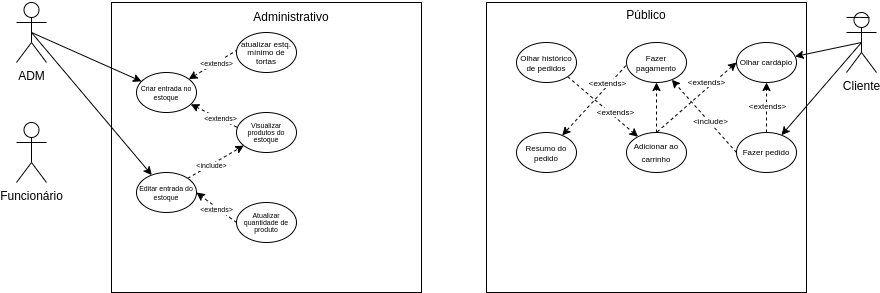
This is UC_d.drawio.png from FreelyTian/docs, a draw.io export, as it was before one commit. Source tidied: cells renumbered, new cells last; positions are measured from the earlier drawing's top-left corner, leaving out a move shared by most shapes.
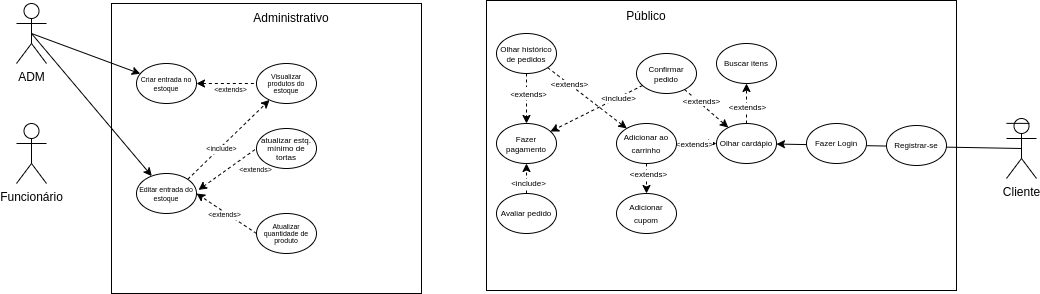
Above is the later version.

Commit message:
agora parece um diagrama de vdd

What changed in the source:
```diff
@@ -3,7 +3,7 @@
     <mxCell id="0" />
     <mxCell id="1" parent="0" />
     <mxCell id="2" style="rounded=0;whiteSpace=wrap;html=1;" parent="1" vertex="1">
-      <mxGeometry x="470" y="2" width="320" height="290" as="geometry" />
+      <mxGeometry x="470" y="-1" width="470" height="290" as="geometry" />
     </mxCell>
     <mxCell id="3" style="rounded=0;whiteSpace=wrap;html=1;" parent="1" vertex="1">
       <mxGeometry x="95" y="2" width="310" height="290" as="geometry" />
@@ -23,102 +23,111 @@
     <mxCell id="8" style="edgeStyle=none;rounded=0;jettySize=auto;html=1;exitX=0.5;exitY=0.5;exitDx=0;exitDy=0;exitPerimeter=0;fontSize=8;startArrow=none;startFill=0;endArrow=classic;endFill=1;" parent="1" edge="1" source="10" target="21">
       <mxGeometry relative="1" as="geometry" />
     </mxCell>
-    <mxCell id="9" style="edgeStyle=none;rounded=0;jettySize=auto;html=1;exitX=0.5;exitY=0.5;exitDx=0;exitDy=0;exitPerimeter=0;fontSize=8;startArrow=none;startFill=0;endArrow=classic;endFill=1;" parent="1" edge="1" source="10" target="26">
-      <mxGeometry relative="1" as="geometry" />
-    </mxCell>
     <mxCell id="10" value="Cliente&lt;br&gt;" style="shape=umlActor;verticalLabelPosition=bottom;verticalAlign=top;html=1;outlineConnect=0;" parent="1" vertex="1">
-      <mxGeometry x="830" y="12" width="30" height="60" as="geometry" />
+      <mxGeometry x="990" y="117" width="30" height="60" as="geometry" />
     </mxCell>
     <mxCell id="11" value="Administrativo" style="text;html=1;strokeColor=none;fillColor=none;align=center;verticalAlign=middle;whiteSpace=wrap;rounded=0;" parent="1" vertex="1">
       <mxGeometry x="245" y="2" width="60" height="30" as="geometry" />
     </mxCell>
-    <mxCell id="12" style="edgeStyle=none;rounded=0;jettySize=auto;html=1;dashed=1;fontSize=9;entryX=0.01;entryY=0.37;entryDx=0;entryDy=0;entryPerimeter=0;startArrow=classic;startFill=1;endArrow=none;endFill=0;" parent="1" edge="1" source="16" target="17">
-      <mxGeometry relative="1" as="geometry" />
+    <mxCell id="12" style="edgeStyle=none;rounded=0;jettySize=auto;html=1;dashed=1;fontSize=9;startArrow=classic;startFill=1;endArrow=none;endFill=0;" parent="1" edge="1" source="16">
+      <mxGeometry relative="1" as="geometry">
+        <mxPoint x="240" y="82" as="targetPoint" />
+      </mxGeometry>
     </mxCell>
     <mxCell id="13" value="&lt;font style=&quot;font-size: 7px;&quot;&gt;&amp;lt;extends&amp;gt;&lt;/font&gt;" style="edgeLabel;html=1;align=center;verticalAlign=middle;fontSize=9;" parent="12" vertex="1">
       <mxGeometry x="-0.28" relative="1" as="geometry">
         <mxPoint x="12" y="5" as="offset" />
       </mxGeometry>
     </mxCell>
-    <mxCell id="14" style="rounded=0;jettySize=auto;html=1;fontSize=9;dashed=1;startArrow=classic;startFill=1;endArrow=none;endFill=0;entryX=0.5;entryY=0;entryDx=0;entryDy=0;" parent="1" edge="1" source="16" target="18">
+    <mxCell id="14" style="rounded=0;jettySize=auto;html=1;fontSize=9;dashed=1;startArrow=classic;startFill=1;endArrow=none;endFill=0;entryX=0;entryY=0.5;entryDx=0;entryDy=0;exitX=1.033;exitY=0.411;exitDx=0;exitDy=0;exitPerimeter=0;" parent="1" edge="1" source="39" target="18">
       <mxGeometry relative="1" as="geometry" />
     </mxCell>
     <mxCell id="15" value="&lt;font style=&quot;font-size: 7px;&quot;&gt;&amp;lt;extends&amp;gt;&lt;/font&gt;" style="edgeLabel;html=1;align=center;verticalAlign=middle;fontSize=9;" parent="14" vertex="1">
       <mxGeometry x="-0.28" y="1" relative="1" as="geometry">
-        <mxPoint x="-1" y="2" as="offset" />
+        <mxPoint x="36" y="-5" as="offset" />
       </mxGeometry>
     </mxCell>
     <mxCell id="16" value="&lt;p style=&quot;line-height: 55%;&quot;&gt;&lt;font style=&quot;font-size: 7px;&quot;&gt;Criar entrada no estoque&lt;/font&gt;&lt;/p&gt;" style="ellipse;whiteSpace=wrap;html=1;" parent="1" vertex="1">
-      <mxGeometry x="120" y="72" width="60" height="40" as="geometry" />
+      <mxGeometry x="120" y="62" width="60" height="40" as="geometry" />
     </mxCell>
     <mxCell id="17" value="&lt;p style=&quot;line-height: 40%;&quot;&gt;&lt;font style=&quot;font-size: 7px;&quot;&gt;Visualizar produtos do estoque&lt;/font&gt;&lt;/p&gt;" style="ellipse;whiteSpace=wrap;html=1;" parent="1" vertex="1">
-      <mxGeometry x="220" y="112" width="60" height="40" as="geometry" />
+      <mxGeometry x="240" y="62" width="60" height="40" as="geometry" />
     </mxCell>
     <mxCell id="18" value="&lt;p style=&quot;line-height: 60%;&quot;&gt;&lt;span style=&quot;font-size: 8px;&quot;&gt;atualizar estq. mínimo de tortas&lt;/span&gt;&lt;/p&gt;" style="ellipse;whiteSpace=wrap;html=1;" parent="1" vertex="1">
-      <mxGeometry x="220" y="32" width="60" height="40" as="geometry" />
+      <mxGeometry x="240" y="127" width="60" height="40" as="geometry" />
     </mxCell>
-    <mxCell id="19" style="rounded=0;jettySize=auto;html=1;exitX=0;exitY=0.5;exitDx=0;exitDy=0;entryX=0.5;entryY=0;entryDx=0;entryDy=0;dashed=1;fontSize=8;endArrow=none;endFill=0;startArrow=classic;startFill=1;" parent="1" edge="1" source="21" target="33">
+    <mxCell id="19" style="rounded=0;jettySize=auto;html=1;exitX=0;exitY=0.5;exitDx=0;exitDy=0;entryX=1;entryY=0.5;entryDx=0;entryDy=0;dashed=1;fontSize=8;endArrow=none;endFill=0;startArrow=classic;startFill=1;" parent="1" edge="1" source="21" target="33">
       <mxGeometry relative="1" as="geometry" />
     </mxCell>
     <mxCell id="20" value="&amp;lt;extends&amp;gt;" style="edgeLabel;html=1;align=center;verticalAlign=middle;fontSize=8;" parent="19" vertex="1">
       <mxGeometry x="0.36" relative="1" as="geometry">
-        <mxPoint x="24" y="-28" as="offset" />
+        <mxPoint x="4" as="offset" />
       </mxGeometry>
     </mxCell>
+    <mxCell id="43" style="edgeStyle=none;rounded=0;jettySize=auto;html=1;exitX=0.5;exitY=0;exitDx=0;exitDy=0;dashed=1;fontSize=8;startArrow=none;startFill=0;endArrow=classic;endFill=1;" parent="1" edge="1" source="21" target="50">
+      <mxGeometry relative="1" as="geometry" />
+    </mxCell>
+    <mxCell id="44" value="&amp;lt;extends&amp;gt;" style="edgeLabel;html=1;align=center;verticalAlign=middle;fontSize=8;" parent="43" vertex="1">
+      <mxGeometry x="-0.26" relative="1" as="geometry">
+        <mxPoint y="-2" as="offset" />
+      </mxGeometry>
+    </mxCell>
     <mxCell id="21" value="&lt;p style=&quot;line-height: 90%;&quot;&gt;&lt;span style=&quot;font-size: 8px;&quot;&gt;Olhar cardápio&lt;/span&gt;&lt;/p&gt;" style="ellipse;whiteSpace=wrap;html=1;" parent="1" vertex="1">
-      <mxGeometry x="720" y="42" width="60" height="40" as="geometry" />
+      <mxGeometry x="700" y="122" width="60" height="40" as="geometry" />
     </mxCell>
-    <mxCell id="22" style="rounded=0;jettySize=auto;html=1;exitX=0.5;exitY=0;exitDx=0;exitDy=0;entryX=0.5;entryY=1;entryDx=0;entryDy=0;fontSize=8;dashed=1;" parent="1" edge="1" source="26" target="21">
+    <mxCell id="22" style="rounded=0;jettySize=auto;html=1;fontSize=8;dashed=1;" parent="1" edge="1" source="26" target="21">
       <mxGeometry relative="1" as="geometry" />
     </mxCell>
     <mxCell id="23" value="&amp;lt;extends&amp;gt;" style="edgeLabel;html=1;align=center;verticalAlign=middle;fontSize=8;" parent="22" vertex="1">
       <mxGeometry x="-0.32" y="1" relative="1" as="geometry">
-        <mxPoint x="1" y="-10" as="offset" />
+        <mxPoint x="1" y="-1" as="offset" />
       </mxGeometry>
     </mxCell>
-    <mxCell id="24" style="edgeStyle=none;rounded=0;jettySize=auto;html=1;exitX=0;exitY=0.5;exitDx=0;exitDy=0;dashed=1;fontSize=8;" parent="1" edge="1" source="26" target="29">
+    <mxCell id="24" style="edgeStyle=none;rounded=0;jettySize=auto;html=1;dashed=1;fontSize=8;" parent="1" edge="1" source="26" target="29">
       <mxGeometry relative="1" as="geometry" />
     </mxCell>
     <mxCell id="25" value="&amp;lt;include&amp;gt;" style="edgeLabel;html=1;align=center;verticalAlign=middle;fontSize=8;" parent="24" vertex="1">
-      <mxGeometry x="-0.16" y="-1" relative="1" as="geometry" />
+      <mxGeometry x="-0.16" y="-1" relative="1" as="geometry">
+        <mxPoint x="14" y="-6" as="offset" />
+      </mxGeometry>
     </mxCell>
-    <mxCell id="26" value="&lt;p style=&quot;line-height: 90%;&quot;&gt;&lt;font style=&quot;font-size: 8px;&quot;&gt;Fazer pedido&lt;/font&gt;&lt;/p&gt;" style="ellipse;whiteSpace=wrap;html=1;" parent="1" vertex="1">
-      <mxGeometry x="720" y="132" width="60" height="40" as="geometry" />
+    <mxCell id="26" value="&lt;p style=&quot;line-height: 75%;&quot;&gt;&lt;font style=&quot;font-size: 8px;&quot;&gt;Confirmar pedido&lt;/font&gt;&lt;/p&gt;" style="ellipse;whiteSpace=wrap;html=1;" parent="1" vertex="1">
+      <mxGeometry x="620" y="52" width="60" height="40" as="geometry" />
     </mxCell>
-    <mxCell id="27" style="edgeStyle=none;rounded=0;jettySize=auto;html=1;exitX=-0.011;exitY=0.582;exitDx=0;exitDy=0;dashed=1;fontSize=8;exitPerimeter=0;" parent="1" edge="1" source="29" target="31">
-      <mxGeometry relative="1" as="geometry" />
-    </mxCell>
-    <mxCell id="28" value="&amp;lt;extends&amp;gt;" style="edgeLabel;html=1;align=center;verticalAlign=middle;fontSize=8;" parent="27" vertex="1">
-      <mxGeometry x="-0.13" y="-2" relative="1" as="geometry">
-        <mxPoint x="10" y="-12" as="offset" />
-      </mxGeometry>
-    </mxCell>
     <mxCell id="29" value="&lt;p style=&quot;line-height: 75%;&quot;&gt;&lt;span style=&quot;font-size: 8px;&quot;&gt;Fazer pagamento&lt;/span&gt;&lt;/p&gt;" style="ellipse;whiteSpace=wrap;html=1;align=center;verticalAlign=middle;" parent="1" vertex="1">
-      <mxGeometry x="610" y="42" width="60" height="40" as="geometry" />
+      <mxGeometry x="480" y="122" width="60" height="40" as="geometry" />
     </mxCell>
     <mxCell id="30" style="endArrow=none;html=1;rounded=0;fontSize=8;" parent="1" edge="1">
       <mxGeometry relative="1" as="geometry">
-        <mxPoint x="830" y="16.9" as="sourcePoint" />
-        <mxPoint x="853" y="17" as="targetPoint" />
+        <mxPoint x="990" y="121.9" as="sourcePoint" />
+        <mxPoint x="1013" y="121.9" as="targetPoint" />
         <Array as="points">
-          <mxPoint x="843" y="16.9" />
+          <mxPoint x="1003" y="121.9" />
         </Array>
       </mxGeometry>
     </mxCell>
-    <mxCell id="31" value="&lt;p style=&quot;line-height: 75%;&quot;&gt;&lt;span style=&quot;font-size: 8px;&quot;&gt;Resumo do pedido&lt;/span&gt;&lt;/p&gt;" style="ellipse;whiteSpace=wrap;html=1;" parent="1" vertex="1">
-      <mxGeometry x="500" y="132" width="60" height="40" as="geometry" />
-    </mxCell>
-    <mxCell id="32" style="edgeStyle=none;rounded=0;jettySize=auto;html=1;exitX=0.5;exitY=0;exitDx=0;exitDy=0;entryX=0.5;entryY=1;entryDx=0;entryDy=0;dashed=1;fontSize=8;" parent="1" edge="1" source="33" target="29">
-      <mxGeometry relative="1" as="geometry" />
-    </mxCell>
+    <mxCell id="45" style="edgeStyle=none;rounded=0;jettySize=auto;html=1;exitX=0.5;exitY=1;exitDx=0;exitDy=0;dashed=1;fontSize=8;startArrow=none;startFill=0;endArrow=classic;endFill=1;" parent="1" edge="1" source="33" target="49">
+      <mxGeometry relative="1" as="geometry" />
+    </mxCell>
+    <mxCell id="46" value="&amp;lt;extends&amp;gt;" style="edgeLabel;html=1;align=center;verticalAlign=middle;fontSize=8;" parent="45" vertex="1">
+      <mxGeometry x="-0.53" y="1" relative="1" as="geometry">
+        <mxPoint y="3" as="offset" />
+      </mxGeometry>
+    </mxCell>
     <mxCell id="33" value="&lt;p style=&quot;line-height: 90%;&quot;&gt;&lt;span style=&quot;font-size: 8px;&quot;&gt;Adicionar ao carrinho&lt;/span&gt;&lt;/p&gt;" style="ellipse;whiteSpace=wrap;html=1;" parent="1" vertex="1">
-      <mxGeometry x="610" y="132" width="60" height="40" as="geometry" />
+      <mxGeometry x="600" y="122" width="60" height="40" as="geometry" />
     </mxCell>
     <mxCell id="34" value="&amp;lt;extends&amp;gt;" style="edgeStyle=none;rounded=0;jettySize=auto;html=1;exitX=1;exitY=1;exitDx=0;exitDy=0;dashed=1;fontSize=8;startArrow=none;startFill=0;endArrow=classic;endFill=1;" parent="1" edge="1" source="35" target="33">
-      <mxGeometry x="0.3" y="4" relative="1" as="geometry" />
+      <mxGeometry x="-0.47" relative="1" as="geometry" />
     </mxCell>
+    <mxCell id="47" style="rounded=0;jettySize=auto;html=1;exitX=0.5;exitY=1;exitDx=0;exitDy=0;dashed=1;" parent="1" edge="1" source="35" target="29">
+      <mxGeometry relative="1" as="geometry" />
+    </mxCell>
+    <mxCell id="48" value="&lt;font style=&quot;font-size: 7px;&quot;&gt;&amp;lt;&lt;/font&gt;&lt;font style=&quot;font-size: 8px;&quot;&gt;extends&lt;/font&gt;&lt;font style=&quot;font-size: 7px;&quot;&gt;&amp;gt;&lt;/font&gt;" style="edgeLabel;html=1;align=center;verticalAlign=middle;" parent="47" vertex="1">
+      <mxGeometry x="-0.25" y="1" relative="1" as="geometry" />
+    </mxCell>
     <mxCell id="35" value="&lt;p style=&quot;line-height: 75%;&quot;&gt;&lt;span style=&quot;font-size: 8px;&quot;&gt;Olhar histórico de pedidos&lt;/span&gt;&lt;/p&gt;" style="ellipse;whiteSpace=wrap;html=1;" parent="1" vertex="1">
-      <mxGeometry x="500" y="42" width="60" height="40" as="geometry" />
+      <mxGeometry x="480" y="32" width="60" height="40" as="geometry" />
     </mxCell>
     <mxCell id="36" value="Público" style="text;html=1;strokeColor=none;fillColor=none;align=center;verticalAlign=middle;whiteSpace=wrap;rounded=0;" parent="1" vertex="1">
       <mxGeometry x="600" width="60" height="30" as="geometry" />
@@ -141,7 +150,30 @@
       </mxGeometry>
     </mxCell>
     <mxCell id="42" value="&lt;p style=&quot;line-height: 40%;&quot;&gt;&lt;font style=&quot;font-size: 7px;&quot;&gt;Atualizar quantidade de produto&lt;/font&gt;&lt;/p&gt;" style="ellipse;whiteSpace=wrap;html=1;" parent="1" vertex="1">
-      <mxGeometry x="220" y="202" width="60" height="40" as="geometry" />
+      <mxGeometry x="240" y="212" width="60" height="40" as="geometry" />
     </mxCell>
+    <mxCell id="49" value="&lt;p style=&quot;line-height: 90%;&quot;&gt;&lt;span style=&quot;font-size: 8px;&quot;&gt;Adicionar cupom&lt;/span&gt;&lt;/p&gt;" style="ellipse;whiteSpace=wrap;html=1;" parent="1" vertex="1">
+      <mxGeometry x="600" y="192" width="60" height="40" as="geometry" />
+    </mxCell>
+    <mxCell id="50" value="&lt;p style=&quot;line-height: 90%;&quot;&gt;&lt;span style=&quot;font-size: 8px;&quot;&gt;Buscar itens&lt;/span&gt;&lt;/p&gt;" style="ellipse;whiteSpace=wrap;html=1;" parent="1" vertex="1">
+      <mxGeometry x="700" y="42" width="60" height="40" as="geometry" />
+    </mxCell>
+    <mxCell id="51" style="edgeStyle=none;rounded=0;jettySize=auto;html=1;exitX=0.5;exitY=0;exitDx=0;exitDy=0;entryX=0.5;entryY=1;entryDx=0;entryDy=0;dashed=1;fontSize=8;startArrow=none;startFill=0;endArrow=classic;endFill=1;" parent="1" edge="1" source="53" target="29">
+      <mxGeometry relative="1" as="geometry" />
+    </mxCell>
+    <mxCell id="52" value="&amp;lt;include&amp;gt;" style="edgeLabel;html=1;align=center;verticalAlign=middle;fontSize=8;" parent="51" vertex="1">
+      <mxGeometry x="-0.38" y="-1" relative="1" as="geometry">
+        <mxPoint y="-2" as="offset" />
+      </mxGeometry>
+    </mxCell>
+    <mxCell id="53" value="&lt;p style=&quot;line-height: 90%;&quot;&gt;&lt;span style=&quot;font-size: 8px;&quot;&gt;Avaliar pedido&lt;/span&gt;&lt;/p&gt;" style="ellipse;whiteSpace=wrap;html=1;" parent="1" vertex="1">
+      <mxGeometry x="480" y="192" width="60" height="40" as="geometry" />
+    </mxCell>
+    <mxCell id="54" value="&lt;p style=&quot;line-height: 90%;&quot;&gt;&lt;span style=&quot;font-size: 8px;&quot;&gt;Registrar-se&lt;/span&gt;&lt;/p&gt;" style="ellipse;whiteSpace=wrap;html=1;" parent="1" vertex="1">
+      <mxGeometry x="870" y="124" width="60" height="40" as="geometry" />
+    </mxCell>
+    <mxCell id="55" value="&lt;p style=&quot;line-height: 90%;&quot;&gt;&lt;span style=&quot;font-size: 8px;&quot;&gt;Fazer Login&lt;/span&gt;&lt;/p&gt;" style="ellipse;whiteSpace=wrap;html=1;" parent="1" vertex="1">
+      <mxGeometry x="790" y="122" width="60" height="40" as="geometry" />
+    </mxCell>
   </root>
 </mxGraphModel>
```
